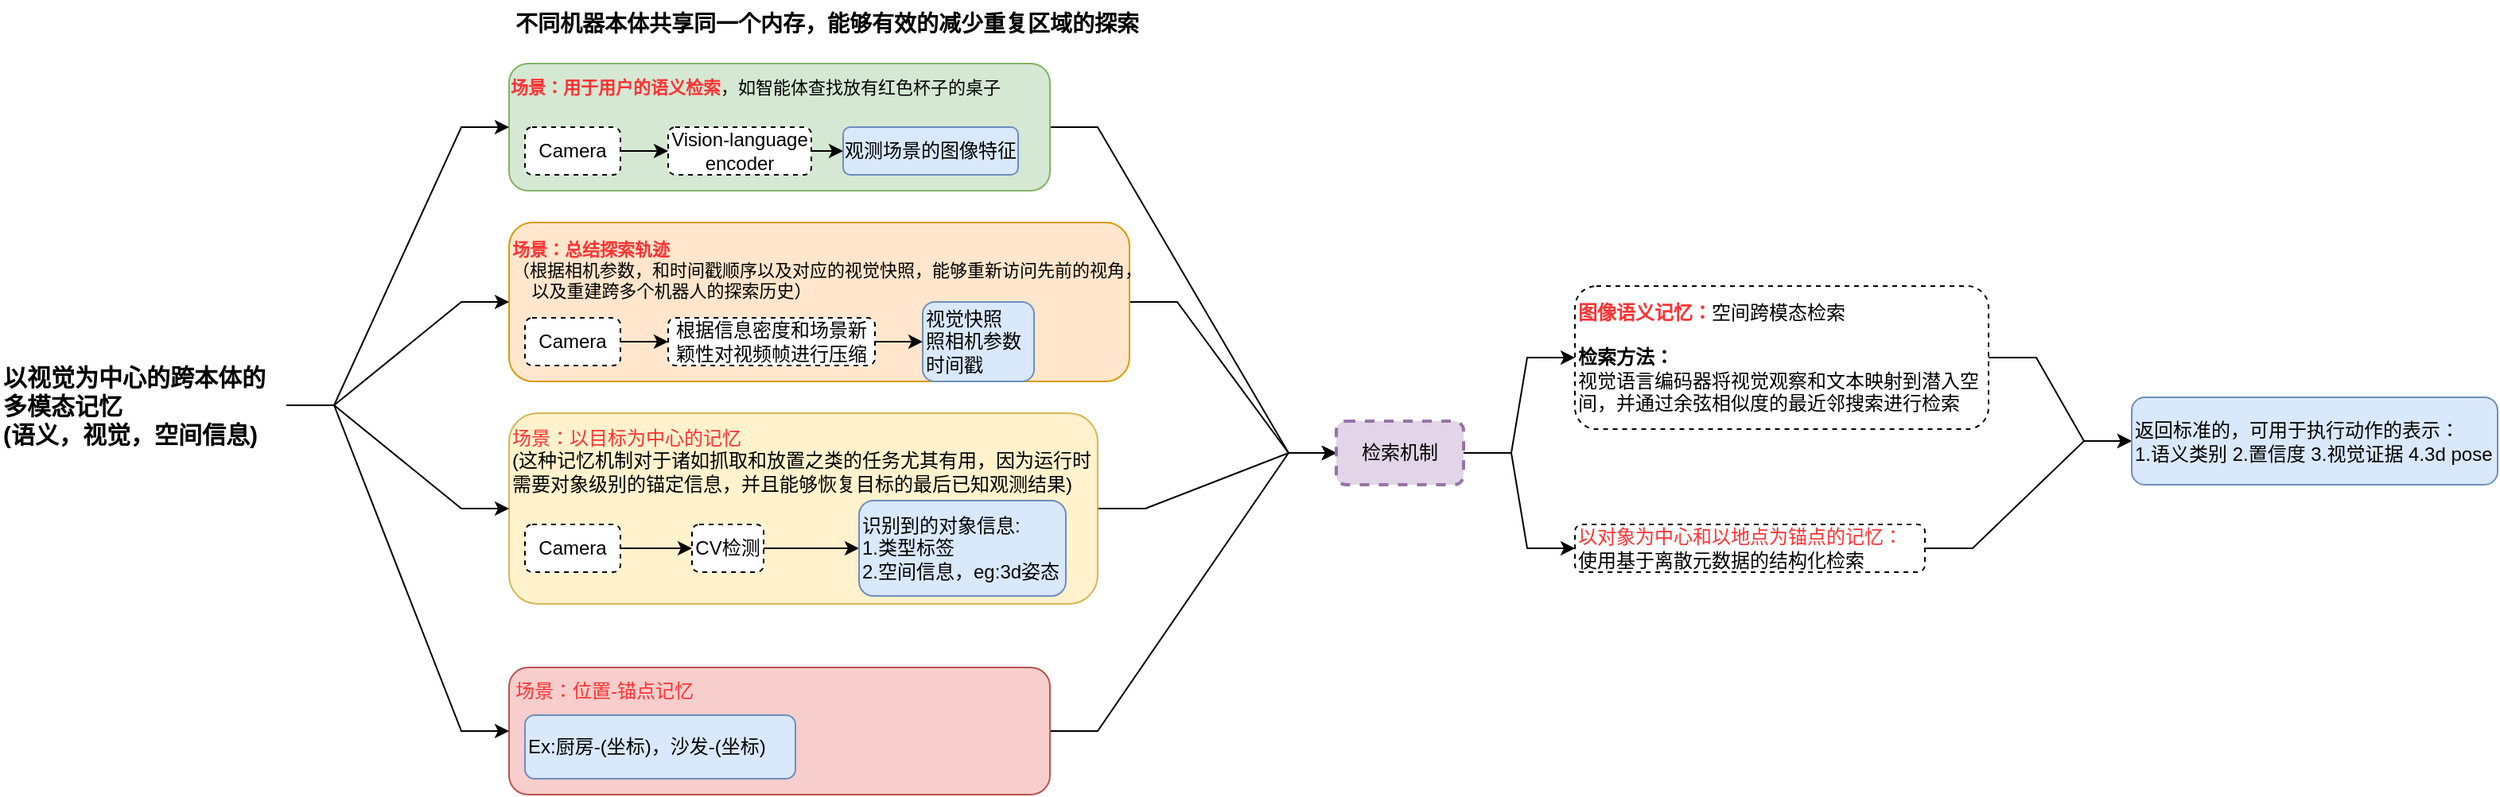
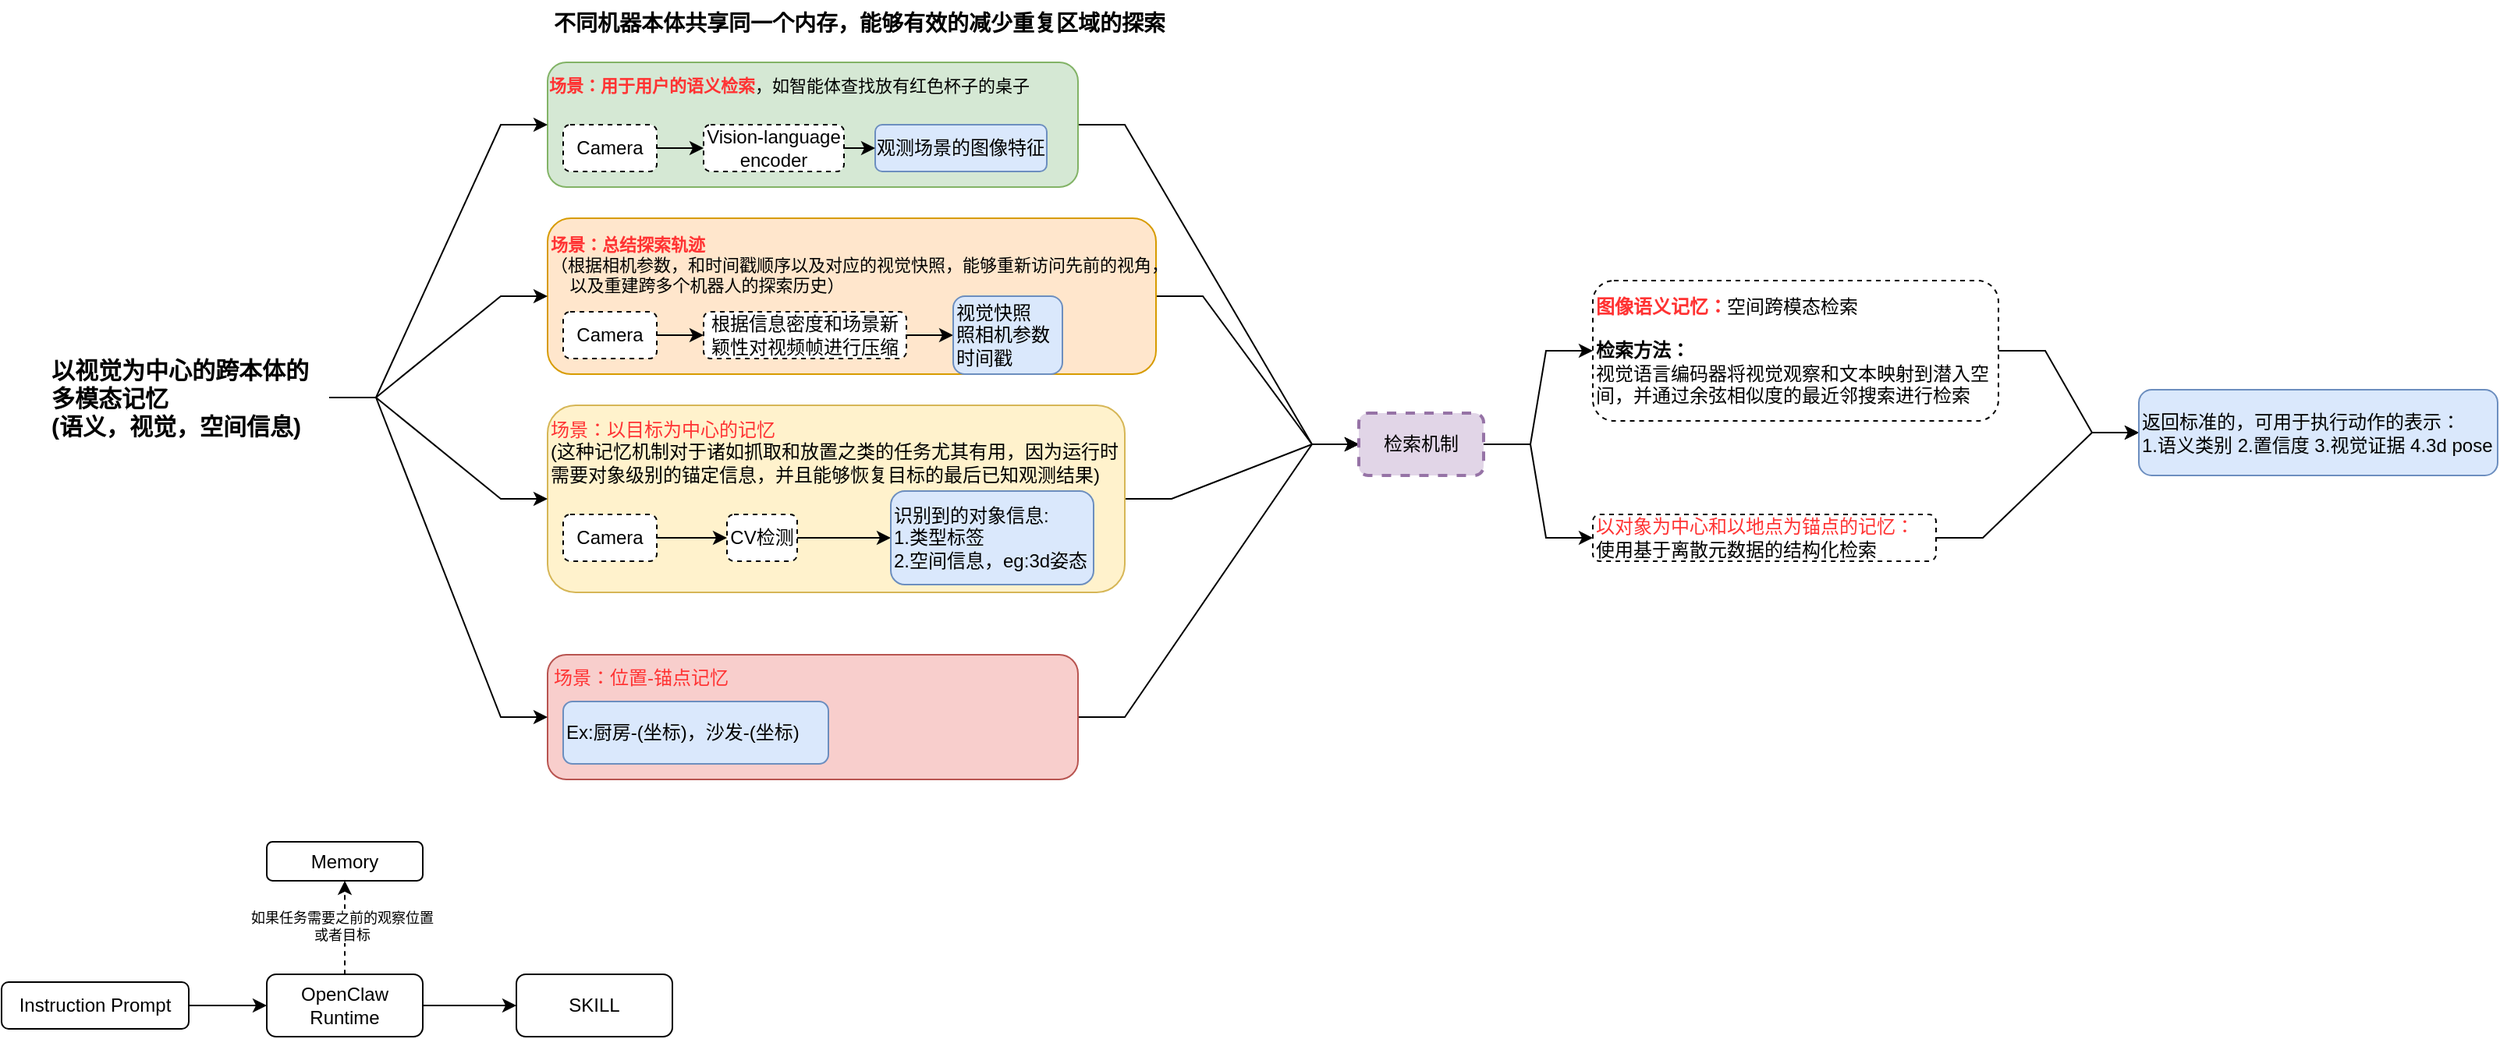
<mxfile host="app.diagrams.net">
  <diagram name="ABot-Claw" id="ri1UiOSOw__C7K71Jf-3">
-     <mxGraphModel dx="1088" dy="589" grid="1" gridSize="10" guides="1" tooltips="1" connect="1" arrows="1" fold="1" page="1" pageScale="1" pageWidth="3300" pageHeight="2339" math="0" shadow="0">
+     <mxGraphModel dx="725" dy="393" grid="1" gridSize="10" guides="1" tooltips="1" connect="1" arrows="1" fold="1" page="1" pageScale="1" pageWidth="3300" pageHeight="2339" math="0" shadow="0">
      <root>
        <mxCell id="0" />
        <mxCell id="1" parent="0" />
        <mxCell id="8uAygAgR7DF40HWwl34I-37" edge="1" parent="1" source="8uAygAgR7DF40HWwl34I-28" style="edgeStyle=entityRelationEdgeStyle;rounded=0;orthogonalLoop=1;jettySize=auto;html=1;exitX=1;exitY=0.5;exitDx=0;exitDy=0;" target="8uAygAgR7DF40HWwl34I-33">
          <mxGeometry relative="1" as="geometry" />
        </mxCell>
        <mxCell id="8uAygAgR7DF40HWwl34I-28" parent="1" style="rounded=1;whiteSpace=wrap;html=1;fillColor=#f8cecc;strokeColor=#b85450;" value="" vertex="1">
          <mxGeometry height="80" width="340" x="480" y="470" as="geometry" />
        </mxCell>
        <mxCell id="8uAygAgR7DF40HWwl34I-36" edge="1" parent="1" source="8uAygAgR7DF40HWwl34I-24" style="edgeStyle=entityRelationEdgeStyle;rounded=0;orthogonalLoop=1;jettySize=auto;html=1;exitX=1;exitY=0.5;exitDx=0;exitDy=0;entryX=0;entryY=0.5;entryDx=0;entryDy=0;" target="8uAygAgR7DF40HWwl34I-33">
          <mxGeometry relative="1" as="geometry">
            <mxPoint x="1020" y="320" as="targetPoint" />
          </mxGeometry>
        </mxCell>
        <mxCell id="8uAygAgR7DF40HWwl34I-24" parent="1" style="rounded=1;whiteSpace=wrap;html=1;fillColor=#fff2cc;strokeColor=#d6b656;" value="" vertex="1">
          <mxGeometry height="120" width="370" x="480" y="310" as="geometry" />
        </mxCell>
        <mxCell id="8uAygAgR7DF40HWwl34I-35" edge="1" parent="1" source="8uAygAgR7DF40HWwl34I-17" style="edgeStyle=entityRelationEdgeStyle;rounded=0;orthogonalLoop=1;jettySize=auto;html=1;exitX=1;exitY=0.5;exitDx=0;exitDy=0;entryX=0;entryY=0.5;entryDx=0;entryDy=0;" target="8uAygAgR7DF40HWwl34I-33">
          <mxGeometry relative="1" as="geometry" />
        </mxCell>
        <mxCell id="8uAygAgR7DF40HWwl34I-17" parent="1" style="rounded=1;whiteSpace=wrap;html=1;fillColor=#ffe6cc;strokeColor=#d79b00;" value="" vertex="1">
          <mxGeometry height="100" width="390" x="480" y="190" as="geometry" />
        </mxCell>
        <mxCell id="8uAygAgR7DF40HWwl34I-34" edge="1" parent="1" source="8uAygAgR7DF40HWwl34I-16" style="edgeStyle=entityRelationEdgeStyle;rounded=0;orthogonalLoop=1;jettySize=auto;html=1;exitX=1;exitY=0.5;exitDx=0;exitDy=0;entryX=0;entryY=0.5;entryDx=0;entryDy=0;" target="8uAygAgR7DF40HWwl34I-33">
          <mxGeometry relative="1" as="geometry" />
        </mxCell>
        <mxCell id="8uAygAgR7DF40HWwl34I-16" parent="1" style="rounded=1;whiteSpace=wrap;html=1;fillColor=#d5e8d4;strokeColor=#82b366;" value="" vertex="1">
          <mxGeometry height="80" width="340" x="480" y="90" as="geometry" />
        </mxCell>
        <mxCell id="8uAygAgR7DF40HWwl34I-29" edge="1" parent="1" source="8uAygAgR7DF40HWwl34I-1" style="edgeStyle=entityRelationEdgeStyle;rounded=0;orthogonalLoop=1;jettySize=auto;html=1;exitX=1;exitY=0.5;exitDx=0;exitDy=0;entryX=0;entryY=0.5;entryDx=0;entryDy=0;" target="8uAygAgR7DF40HWwl34I-16">
          <mxGeometry relative="1" as="geometry" />
        </mxCell>
        <mxCell id="8uAygAgR7DF40HWwl34I-30" edge="1" parent="1" source="8uAygAgR7DF40HWwl34I-1" style="edgeStyle=entityRelationEdgeStyle;rounded=0;orthogonalLoop=1;jettySize=auto;html=1;exitX=1;exitY=0.5;exitDx=0;exitDy=0;entryX=0;entryY=0.5;entryDx=0;entryDy=0;" target="8uAygAgR7DF40HWwl34I-28">
          <mxGeometry relative="1" as="geometry" />
        </mxCell>
        <mxCell id="8uAygAgR7DF40HWwl34I-31" edge="1" parent="1" source="8uAygAgR7DF40HWwl34I-1" style="edgeStyle=entityRelationEdgeStyle;rounded=0;orthogonalLoop=1;jettySize=auto;html=1;exitX=1;exitY=0.5;exitDx=0;exitDy=0;entryX=0;entryY=0.5;entryDx=0;entryDy=0;" target="8uAygAgR7DF40HWwl34I-17">
          <mxGeometry relative="1" as="geometry" />
        </mxCell>
        <mxCell id="8uAygAgR7DF40HWwl34I-32" edge="1" parent="1" source="8uAygAgR7DF40HWwl34I-1" style="edgeStyle=entityRelationEdgeStyle;rounded=0;orthogonalLoop=1;jettySize=auto;html=1;exitX=1;exitY=0.5;exitDx=0;exitDy=0;entryX=0;entryY=0.5;entryDx=0;entryDy=0;" target="8uAygAgR7DF40HWwl34I-24">
          <mxGeometry relative="1" as="geometry" />
        </mxCell>
        <mxCell id="8uAygAgR7DF40HWwl34I-1" parent="1" style="text;html=1;whiteSpace=wrap;strokeColor=none;fillColor=none;align=left;verticalAlign=middle;rounded=0;fontStyle=1;fontSize=15;" value="以视觉为中心的跨本体的多模态记忆&lt;br&gt;(语义，视觉，空间信息)" vertex="1">
          <mxGeometry height="30" width="180" x="160" y="290" as="geometry" />
        </mxCell>
        <mxCell id="8uAygAgR7DF40HWwl34I-2" parent="1" style="rounded=1;whiteSpace=wrap;html=1;fillColor=#dae8fc;strokeColor=#6c8ebf;" value="观测场景的图像特征" vertex="1">
          <mxGeometry height="30" width="110" x="690" y="130" as="geometry" />
        </mxCell>
        <mxCell id="8uAygAgR7DF40HWwl34I-5" edge="1" parent="1" source="8uAygAgR7DF40HWwl34I-3" style="edgeStyle=orthogonalEdgeStyle;rounded=0;orthogonalLoop=1;jettySize=auto;html=1;exitX=1;exitY=0.5;exitDx=0;exitDy=0;entryX=0;entryY=0.5;entryDx=0;entryDy=0;" target="8uAygAgR7DF40HWwl34I-2">
          <mxGeometry relative="1" as="geometry" />
        </mxCell>
        <mxCell id="8uAygAgR7DF40HWwl34I-3" parent="1" style="rounded=1;whiteSpace=wrap;html=1;dashed=1;" value="Vision-language encoder" vertex="1">
          <mxGeometry height="30" width="90" x="580" y="130" as="geometry" />
        </mxCell>
        <mxCell id="8uAygAgR7DF40HWwl34I-6" edge="1" parent="1" source="8uAygAgR7DF40HWwl34I-4" style="edgeStyle=orthogonalEdgeStyle;rounded=0;orthogonalLoop=1;jettySize=auto;html=1;exitX=1;exitY=0.5;exitDx=0;exitDy=0;entryX=0;entryY=0.5;entryDx=0;entryDy=0;" target="8uAygAgR7DF40HWwl34I-3">
          <mxGeometry relative="1" as="geometry" />
        </mxCell>
        <mxCell id="8uAygAgR7DF40HWwl34I-4" parent="1" style="rounded=1;whiteSpace=wrap;html=1;dashed=1;" value="Camera" vertex="1">
          <mxGeometry height="30" width="60" x="490" y="130" as="geometry" />
        </mxCell>
        <mxCell id="8uAygAgR7DF40HWwl34I-7" parent="1" style="text;html=1;whiteSpace=wrap;strokeColor=none;fillColor=none;align=center;verticalAlign=middle;rounded=0;fontSize=11;" value="&lt;b&gt;&lt;font style=&quot;color: rgb(255, 51, 51);&quot;&gt;场景：用于用户的语义检索&lt;/font&gt;&lt;/b&gt;，如智能体查找放有红色杯子的桌子" vertex="1">
          <mxGeometry height="30" width="310" x="480" y="90" as="geometry" />
        </mxCell>
        <mxCell id="8uAygAgR7DF40HWwl34I-10" edge="1" parent="1" source="8uAygAgR7DF40HWwl34I-8" style="edgeStyle=orthogonalEdgeStyle;rounded=0;orthogonalLoop=1;jettySize=auto;html=1;" target="8uAygAgR7DF40HWwl34I-9" value="">
          <mxGeometry relative="1" as="geometry" />
        </mxCell>
        <mxCell id="8uAygAgR7DF40HWwl34I-8" parent="1" style="rounded=1;whiteSpace=wrap;html=1;dashed=1;" value="Camera" vertex="1">
          <mxGeometry height="30" width="60" x="490" y="250" as="geometry" />
        </mxCell>
        <mxCell id="8uAygAgR7DF40HWwl34I-14" edge="1" parent="1" source="8uAygAgR7DF40HWwl34I-9" style="edgeStyle=orthogonalEdgeStyle;rounded=0;orthogonalLoop=1;jettySize=auto;html=1;exitX=1;exitY=0.5;exitDx=0;exitDy=0;entryX=0;entryY=0.5;entryDx=0;entryDy=0;" target="8uAygAgR7DF40HWwl34I-13">
          <mxGeometry relative="1" as="geometry" />
        </mxCell>
        <mxCell id="8uAygAgR7DF40HWwl34I-9" parent="1" style="rounded=1;whiteSpace=wrap;html=1;dashed=1;" value="根据信息密度和场景新颖性对视频帧进行压缩" vertex="1">
          <mxGeometry height="30" width="130" x="580" y="250" as="geometry" />
        </mxCell>
        <mxCell id="8uAygAgR7DF40HWwl34I-11" parent="1" style="text;html=1;whiteSpace=wrap;strokeColor=none;fillColor=none;align=left;verticalAlign=middle;rounded=0;fontSize=11;" value="&lt;b&gt;&lt;font style=&quot;color: rgb(255, 51, 51);&quot;&gt;场景：总结探索轨迹&lt;/font&gt;&lt;/b&gt;&lt;br&gt;（根据相机参数，和时间戳顺序以及对应的视觉快照，能够重新访问先前的视角，&lt;br&gt;&amp;nbsp; &amp;nbsp; 以及重建跨多个机器人的探索历史）" vertex="1">
          <mxGeometry height="40" width="420" x="480" y="200" as="geometry" />
        </mxCell>
        <mxCell id="8uAygAgR7DF40HWwl34I-13" parent="1" style="rounded=1;whiteSpace=wrap;html=1;fillColor=#dae8fc;strokeColor=#6c8ebf;align=left;" value="视觉快照&lt;br&gt;&lt;span style=&quot;&quot;&gt;照相机参数&lt;/span&gt;&lt;div style=&quot;&quot;&gt;时间戳&lt;/div&gt;" vertex="1">
          <mxGeometry height="50" width="70" x="740" y="240" as="geometry" />
        </mxCell>
        <mxCell id="8uAygAgR7DF40HWwl34I-25" edge="1" parent="1" source="8uAygAgR7DF40HWwl34I-19" style="edgeStyle=orthogonalEdgeStyle;rounded=0;orthogonalLoop=1;jettySize=auto;html=1;exitX=1;exitY=0.5;exitDx=0;exitDy=0;entryX=0;entryY=0.5;entryDx=0;entryDy=0;" target="8uAygAgR7DF40HWwl34I-20">
          <mxGeometry relative="1" as="geometry" />
        </mxCell>
        <mxCell id="8uAygAgR7DF40HWwl34I-19" parent="1" style="rounded=1;whiteSpace=wrap;html=1;dashed=1;" value="Camera" vertex="1">
          <mxGeometry height="30" width="60" x="490" y="380" as="geometry" />
        </mxCell>
        <mxCell id="8uAygAgR7DF40HWwl34I-22" edge="1" parent="1" source="8uAygAgR7DF40HWwl34I-20" style="edgeStyle=orthogonalEdgeStyle;rounded=0;orthogonalLoop=1;jettySize=auto;html=1;" target="8uAygAgR7DF40HWwl34I-21" value="">
          <mxGeometry relative="1" as="geometry" />
        </mxCell>
        <mxCell id="8uAygAgR7DF40HWwl34I-20" parent="1" style="rounded=1;whiteSpace=wrap;html=1;dashed=1;" value="CV检测" vertex="1">
          <mxGeometry height="30" width="45" x="595" y="380" as="geometry" />
        </mxCell>
        <mxCell id="8uAygAgR7DF40HWwl34I-21" parent="1" style="rounded=1;whiteSpace=wrap;html=1;align=left;fillColor=#dae8fc;strokeColor=#6c8ebf;" value="识别到的对象信息:&lt;div&gt;1.类型标签&lt;br&gt;2.空间信息，eg:3d姿态&lt;/div&gt;" vertex="1">
          <mxGeometry height="60" width="130" x="700" y="365" as="geometry" />
        </mxCell>
        <mxCell id="8uAygAgR7DF40HWwl34I-23" parent="1" style="text;html=1;whiteSpace=wrap;strokeColor=none;fillColor=none;align=left;verticalAlign=middle;rounded=0;" value="&lt;font style=&quot;color: rgb(255, 51, 51);&quot;&gt;场景：以目标为中心的记忆&lt;/font&gt;&lt;br&gt;(这种记忆机制对于诸如抓取和放置之类的任务尤其有用，因为运行时需要对象级别的锚定信息，并且能够恢复目标的最后已知观测结果)" vertex="1">
          <mxGeometry height="50" width="370" x="480" y="315" as="geometry" />
        </mxCell>
        <mxCell id="8uAygAgR7DF40HWwl34I-26" parent="1" style="rounded=1;whiteSpace=wrap;html=1;align=left;fillColor=#dae8fc;strokeColor=#6c8ebf;" value="Ex:厨房-(坐标)，沙发-(坐标)" vertex="1">
          <mxGeometry height="40" width="170" x="490" y="500" as="geometry" />
        </mxCell>
        <mxCell id="8uAygAgR7DF40HWwl34I-27" parent="1" style="text;html=1;whiteSpace=wrap;strokeColor=none;fillColor=none;align=center;verticalAlign=middle;rounded=0;fontColor=#FF3333;" value="场景：&lt;span style=&quot;text-align: left;&quot;&gt;位置-锚点记忆&lt;/span&gt;" vertex="1">
          <mxGeometry height="30" width="120" x="480" y="470" as="geometry" />
        </mxCell>
        <mxCell id="8uAygAgR7DF40HWwl34I-42" edge="1" parent="1" source="8uAygAgR7DF40HWwl34I-33" style="edgeStyle=entityRelationEdgeStyle;rounded=0;orthogonalLoop=1;jettySize=auto;html=1;exitX=1;exitY=0.5;exitDx=0;exitDy=0;" target="8uAygAgR7DF40HWwl34I-40">
          <mxGeometry relative="1" as="geometry" />
        </mxCell>
        <mxCell id="8uAygAgR7DF40HWwl34I-43" edge="1" parent="1" source="8uAygAgR7DF40HWwl34I-33" style="edgeStyle=entityRelationEdgeStyle;rounded=0;orthogonalLoop=1;jettySize=auto;html=1;exitX=1;exitY=0.5;exitDx=0;exitDy=0;entryX=0;entryY=0.5;entryDx=0;entryDy=0;" target="8uAygAgR7DF40HWwl34I-41">
          <mxGeometry relative="1" as="geometry" />
        </mxCell>
        <mxCell id="8uAygAgR7DF40HWwl34I-33" parent="1" style="rounded=1;whiteSpace=wrap;html=1;fillColor=#e1d5e7;strokeColor=#9673a6;dashed=1;strokeWidth=2;" value="检索机制" vertex="1">
          <mxGeometry height="40" width="80" x="1000" y="315" as="geometry" />
        </mxCell>
        <mxCell id="8uAygAgR7DF40HWwl34I-45" edge="1" parent="1" source="8uAygAgR7DF40HWwl34I-40" style="edgeStyle=entityRelationEdgeStyle;rounded=0;orthogonalLoop=1;jettySize=auto;html=1;exitX=1;exitY=0.5;exitDx=0;exitDy=0;entryX=0;entryY=0.5;entryDx=0;entryDy=0;" target="8uAygAgR7DF40HWwl34I-44">
          <mxGeometry relative="1" as="geometry" />
        </mxCell>
        <mxCell id="8uAygAgR7DF40HWwl34I-40" parent="1" style="text;html=1;whiteSpace=wrap;strokeColor=default;fillColor=none;align=left;verticalAlign=middle;rounded=1;dashed=1;" value="&lt;b&gt;&lt;font style=&quot;color: rgb(255, 51, 51);&quot;&gt;图像语义记忆：&lt;/font&gt;&lt;/b&gt;空间跨模态检索&lt;br&gt;&lt;br&gt;&lt;b&gt;&lt;font style=&quot;color: rgb(0, 0, 0);&quot;&gt;检索方法：&lt;/font&gt;&lt;/b&gt;&lt;br&gt;视觉语言编码器将视觉观察和文本映射到潜入空间，并通过余弦相似度的最近邻搜索进行检索" vertex="1">
          <mxGeometry height="90" width="260" x="1150" y="230" as="geometry" />
        </mxCell>
        <mxCell id="8uAygAgR7DF40HWwl34I-46" edge="1" parent="1" source="8uAygAgR7DF40HWwl34I-41" style="edgeStyle=entityRelationEdgeStyle;rounded=0;orthogonalLoop=1;jettySize=auto;html=1;exitX=1;exitY=0.5;exitDx=0;exitDy=0;entryX=0;entryY=0.5;entryDx=0;entryDy=0;" target="8uAygAgR7DF40HWwl34I-44">
          <mxGeometry relative="1" as="geometry" />
        </mxCell>
        <mxCell id="8uAygAgR7DF40HWwl34I-41" parent="1" style="text;html=1;whiteSpace=wrap;strokeColor=default;fillColor=none;align=left;verticalAlign=middle;rounded=1;dashed=1;" value="&lt;font style=&quot;color: rgb(255, 51, 51);&quot;&gt;以对象为中心和以地点为锚点的记忆：&lt;/font&gt;&lt;br&gt;使用基于离散元数据的结构化检索" vertex="1">
          <mxGeometry height="30" width="220" x="1150" y="380" as="geometry" />
        </mxCell>
        <mxCell id="8uAygAgR7DF40HWwl34I-44" parent="1" style="rounded=1;whiteSpace=wrap;html=1;align=left;fillColor=#dae8fc;strokeColor=#6c8ebf;" value="返回标准的，可用于执行动作的表示：&lt;br&gt;1.语义类别 2.置信度 3.视觉证据 4.3d pose" vertex="1">
          <mxGeometry height="55" width="230" x="1500" y="300" as="geometry" />
        </mxCell>
        <mxCell id="8uAygAgR7DF40HWwl34I-47" parent="1" style="text;html=1;whiteSpace=wrap;strokeColor=none;fillColor=none;align=center;verticalAlign=middle;rounded=0;fontStyle=1;fontSize=14;" value="不同机器本体共享同一个内存，能够有效的减少重复区域的探索" vertex="1">
          <mxGeometry height="30" width="400" x="480" y="50" as="geometry" />
        </mxCell>
+         <mxCell id="8uAygAgR7DF40HWwl34I-50" edge="1" parent="1" source="8uAygAgR7DF40HWwl34I-48" style="edgeStyle=entityRelationEdgeStyle;rounded=0;orthogonalLoop=1;jettySize=auto;html=1;" target="8uAygAgR7DF40HWwl34I-49" value="">
+           <mxGeometry relative="1" as="geometry" />
+         </mxCell>
+         <mxCell id="8uAygAgR7DF40HWwl34I-48" parent="1" style="rounded=1;whiteSpace=wrap;html=1;" value="Instruction Prompt" vertex="1">
+           <mxGeometry height="30" width="120" x="130" y="680" as="geometry" />
+         </mxCell>
+         <mxCell id="8uAygAgR7DF40HWwl34I-52" edge="1" parent="1" source="8uAygAgR7DF40HWwl34I-49" style="edgeStyle=entityRelationEdgeStyle;rounded=0;orthogonalLoop=1;jettySize=auto;html=1;" target="8uAygAgR7DF40HWwl34I-51" value="">
+           <mxGeometry relative="1" as="geometry" />
+         </mxCell>
+         <mxCell id="8uAygAgR7DF40HWwl34I-62" edge="1" parent="1" source="8uAygAgR7DF40HWwl34I-49" style="rounded=0;orthogonalLoop=1;jettySize=auto;html=1;exitX=0.5;exitY=0;exitDx=0;exitDy=0;entryX=0.5;entryY=1;entryDx=0;entryDy=0;dashed=1;edgeStyle=orthogonalEdgeStyle;curved=1;" target="8uAygAgR7DF40HWwl34I-53">
+           <mxGeometry relative="1" as="geometry">
+             <mxPoint x="355" y="640" as="targetPoint" />
+           </mxGeometry>
+         </mxCell>
+         <mxCell id="8uAygAgR7DF40HWwl34I-63" connectable="0" parent="8uAygAgR7DF40HWwl34I-62" style="edgeLabel;html=1;align=center;verticalAlign=middle;resizable=0;points=[];fontSize=9;" value="如果任务需要之前的观察位置&lt;br&gt;或者目标" vertex="1">
+           <mxGeometry relative="1" x="0.053" y="2" as="geometry">
+             <mxPoint as="offset" />
+           </mxGeometry>
+         </mxCell>
+         <mxCell id="8uAygAgR7DF40HWwl34I-49" parent="1" style="rounded=1;whiteSpace=wrap;html=1;" value="OpenClaw&lt;br&gt;Runtime" vertex="1">
+           <mxGeometry height="40" width="100" x="300" y="675" as="geometry" />
+         </mxCell>
+         <mxCell id="8uAygAgR7DF40HWwl34I-51" parent="1" style="rounded=1;whiteSpace=wrap;html=1;" value="SKILL" vertex="1">
+           <mxGeometry height="40" width="100" x="460" y="675" as="geometry" />
+         </mxCell>
+         <mxCell id="8uAygAgR7DF40HWwl34I-53" parent="1" style="rounded=1;whiteSpace=wrap;html=1;" value="Memory" vertex="1">
+           <mxGeometry height="25" width="100" x="300" y="590" as="geometry" />
+         </mxCell>
      </root>
    </mxGraphModel>
  </diagram>
</mxfile>
